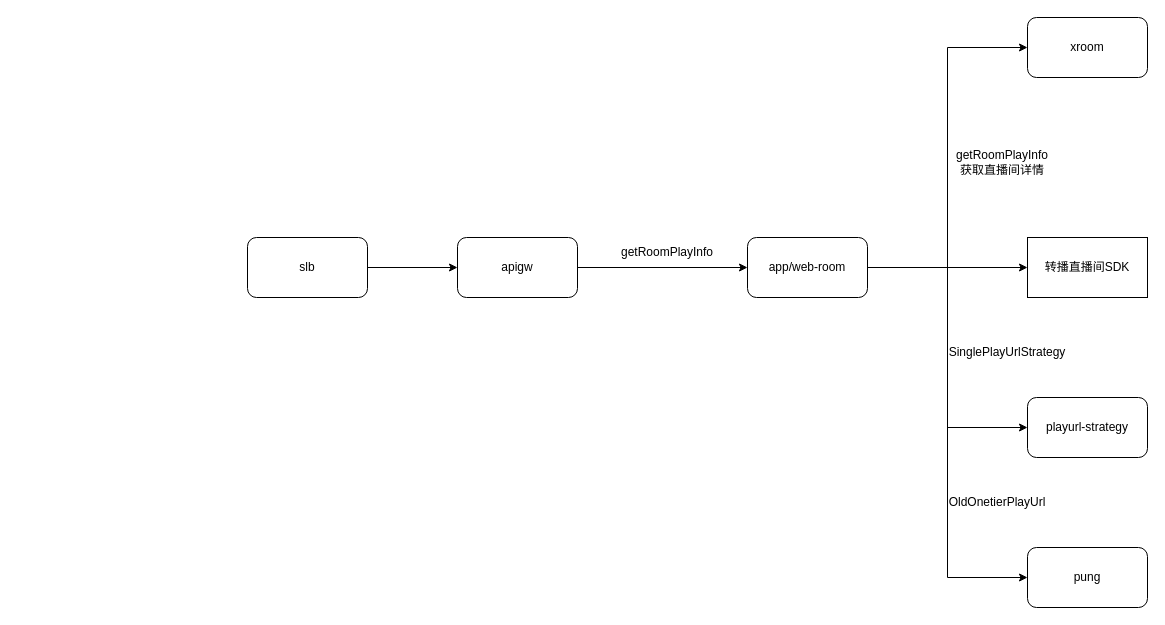
This is P0换流地址架构图.drawio from smartcharles/tech_draw, a draw.io file, before an edit. Source tidied: cells renumbered, new cells numbered last; positions are measured from the earlier drawing's top-left corner, leaving out a move shared by most shapes. Both pictures are drawn from the tidied source at 100%, with x=0, y=0 at pixel (247, 17). Pictures stored in the file or linked from it are replaced by grey dashed boxes.
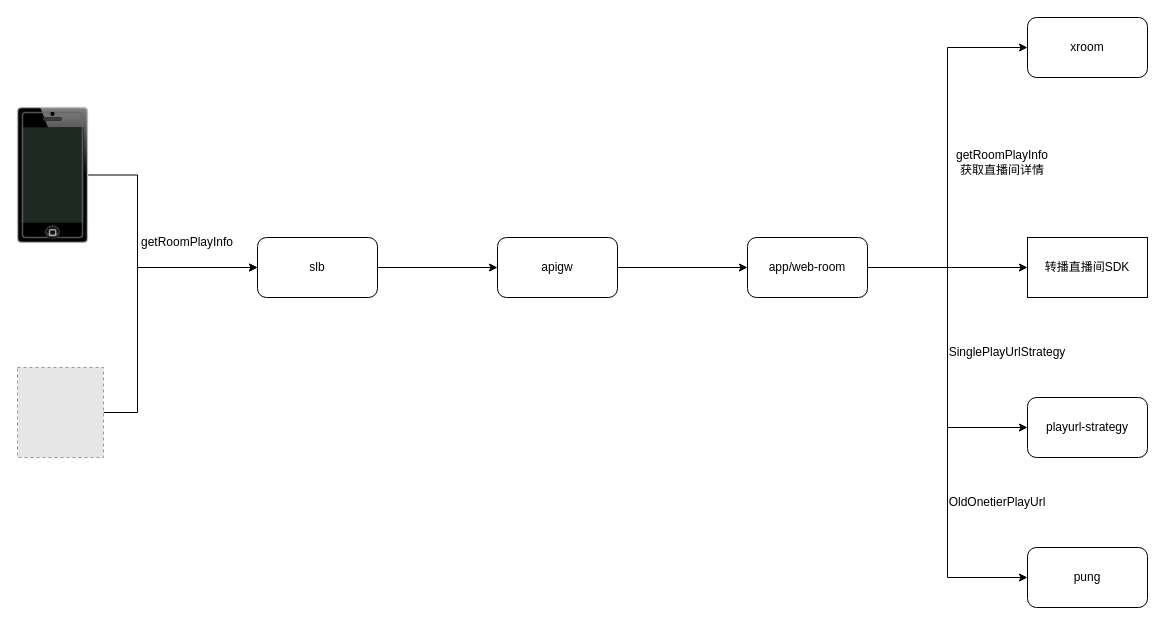
The same page after the edit.

Commit message (it also covers changes not shown here):
更新P0换流地址架构图.drawio

What changed in the source:
```diff
@@
     <mxCell id="3" value="slb" style="rounded=1;whiteSpace=wrap;html=1;" parent="1" vertex="1">
-      <mxGeometry y="220" width="120" height="60" as="geometry" />
+      <mxGeometry x="10" y="220" width="120" height="60" as="geometry" />
     </mxCell>
@@
     <mxCell id="5" value="apigw" style="rounded=1;whiteSpace=wrap;html=1;" parent="1" vertex="1">
-      <mxGeometry x="210" y="220" width="120" height="60" as="geometry" />
+      <mxGeometry x="250" y="220" width="120" height="60" as="geometry" />
     </mxCell>
@@
     <mxCell id="13" value="getRoomPlayInfo" style="text;html=1;whiteSpace=wrap;strokeColor=none;fillColor=none;align=center;verticalAlign=middle;rounded=0;" parent="1" vertex="1">
-      <mxGeometry x="390" y="220" width="60" height="30" as="geometry" />
+      <mxGeometry x="-90" y="210" width="60" height="30" as="geometry" />
     </mxCell>
@@
+    <mxCell id="19" style="edgeStyle=orthogonalEdgeStyle;rounded=0;jettySize=auto;html=1;entryX=0;entryY=0.5;entryDx=0;entryDy=0;" parent="1" edge="1" source="20" target="3">
+      <mxGeometry relative="1" as="geometry">
+        <Array as="points">
+          <mxPoint x="-110" y="158" />
+          <mxPoint x="-110" y="250" />
+        </Array>
+      </mxGeometry>
+    </mxCell>
+    <mxCell id="20" style="verticalLabelPosition=bottom;verticalAlign=top;html=1;shadow=0;dashed=0;strokeWidth=1;shape=mxgraph.ios.iPhone;bgStyle=bgGreen;fillColor=#aaaaaa;sketch=0;" parent="1" vertex="1">
+      <mxGeometry x="-230" y="90" width="70" height="135" as="geometry" />
+    </mxCell>
+    <mxCell id="21" style="edgeStyle=orthogonalEdgeStyle;rounded=0;jettySize=auto;html=1;entryX=0;entryY=0.5;entryDx=0;entryDy=0;" parent="1" edge="1" source="22" target="3">
+      <mxGeometry relative="1" as="geometry">
+        <Array as="points">
+          <mxPoint x="-110" y="395" />
+          <mxPoint x="-110" y="250" />
+        </Array>
+      </mxGeometry>
+    </mxCell>
+    <mxCell id="22" style="fillColor=#E6E6E6;strokeColor=#999999;dashed=1;verticalLabelPosition=bottom;labelBackgroundColor=default;verticalAlign=top;" parent="1" vertex="1">
+      <mxGeometry x="-230" y="350" width="86" height="90" as="geometry" />
+    </mxCell>
```
